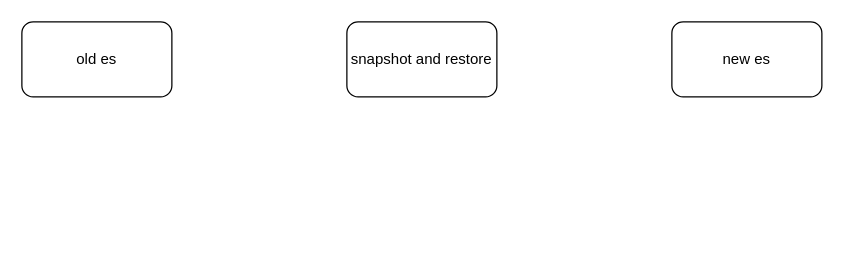
Before: ES更新.drawio in wupei-w/diagrams, a draw.io diagram. Source tidied: cells renumbered, new cells numbered last; positions are measured from the earlier drawing's top-left corner, leaving out a move shared by most shapes. Both pictures are drawn from the tidied source at 125%, with x=0, y=0 at pixel (21, 21).
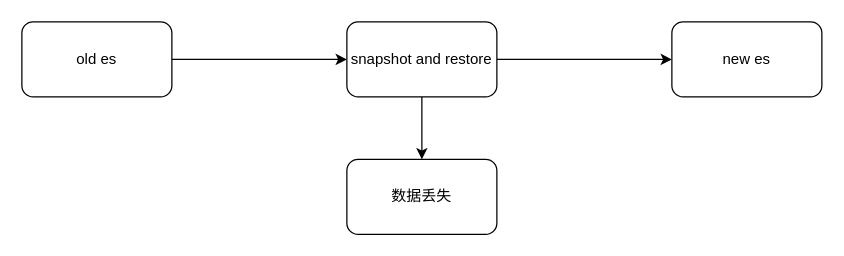
The same diagram, later.

Diff of the diagram source:
```diff
@@
 <mxGraphModel>
   <root>
     <mxCell id="0" />
     <mxCell id="1" parent="0" />
+    <mxCell id="5" style="edgeStyle=orthogonalEdgeStyle;rounded=0;jettySize=auto;html=1;exitX=1;exitY=0.5;exitDx=0;exitDy=0;entryX=0;entryY=0.5;entryDx=0;entryDy=0;" parent="1" edge="1" source="2" target="4">
+      <mxGeometry relative="1" as="geometry" />
+    </mxCell>
+    <mxCell id="6" style="edgeStyle=orthogonalEdgeStyle;rounded=0;jettySize=auto;html=1;exitX=0.5;exitY=1;exitDx=0;exitDy=0;" parent="1" edge="1" source="2" target="8">
+      <mxGeometry relative="1" as="geometry" />
+    </mxCell>
     <mxCell id="2" value="snapshot and restore" style="rounded=1;whiteSpace=wrap;html=1;" parent="1" vertex="1">
       <mxGeometry x="260" width="120" height="60" as="geometry" />
     </mxCell>
+    <mxCell id="7" style="edgeStyle=orthogonalEdgeStyle;rounded=0;jettySize=auto;html=1;exitX=1;exitY=0.5;exitDx=0;exitDy=0;entryX=0;entryY=0.5;entryDx=0;entryDy=0;" parent="1" edge="1" source="3" target="2">
+      <mxGeometry relative="1" as="geometry" />
+    </mxCell>
     <mxCell id="3" value="old es" style="rounded=1;whiteSpace=wrap;html=1;" parent="1" vertex="1">
       <mxGeometry width="120" height="60" as="geometry" />
     </mxCell>
     <mxCell id="4" value="new es" style="rounded=1;whiteSpace=wrap;html=1;" parent="1" vertex="1">
       <mxGeometry x="520" width="120" height="60" as="geometry" />
     </mxCell>
+    <mxCell id="8" value="数据丢失" style="rounded=1;whiteSpace=wrap;html=1;" parent="1" vertex="1">
+      <mxGeometry x="260" y="110" width="120" height="60" as="geometry" />
+    </mxCell>
   </root>
 </mxGraphModel>
```
